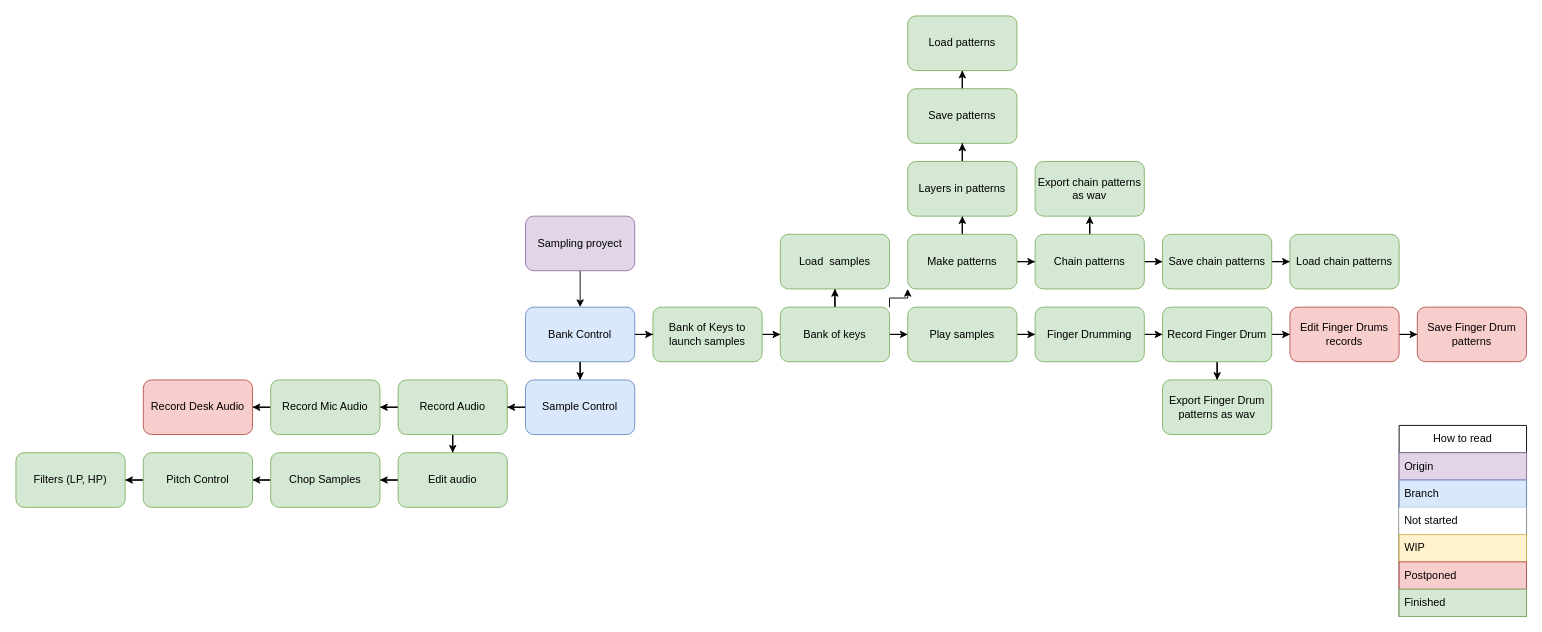
Above: Status Diagram/Sampling proyect diagram.drawio in elcalak/Sampling (draw.io), before the change. Source tidied: cells renumbered, new cells numbered last; positions are measured from the earlier drawing's top-left corner, leaving out a move shared by most shapes. Both pictures are drawn from the tidied source at 91%, with x=0, y=0 at pixel (15, 15).
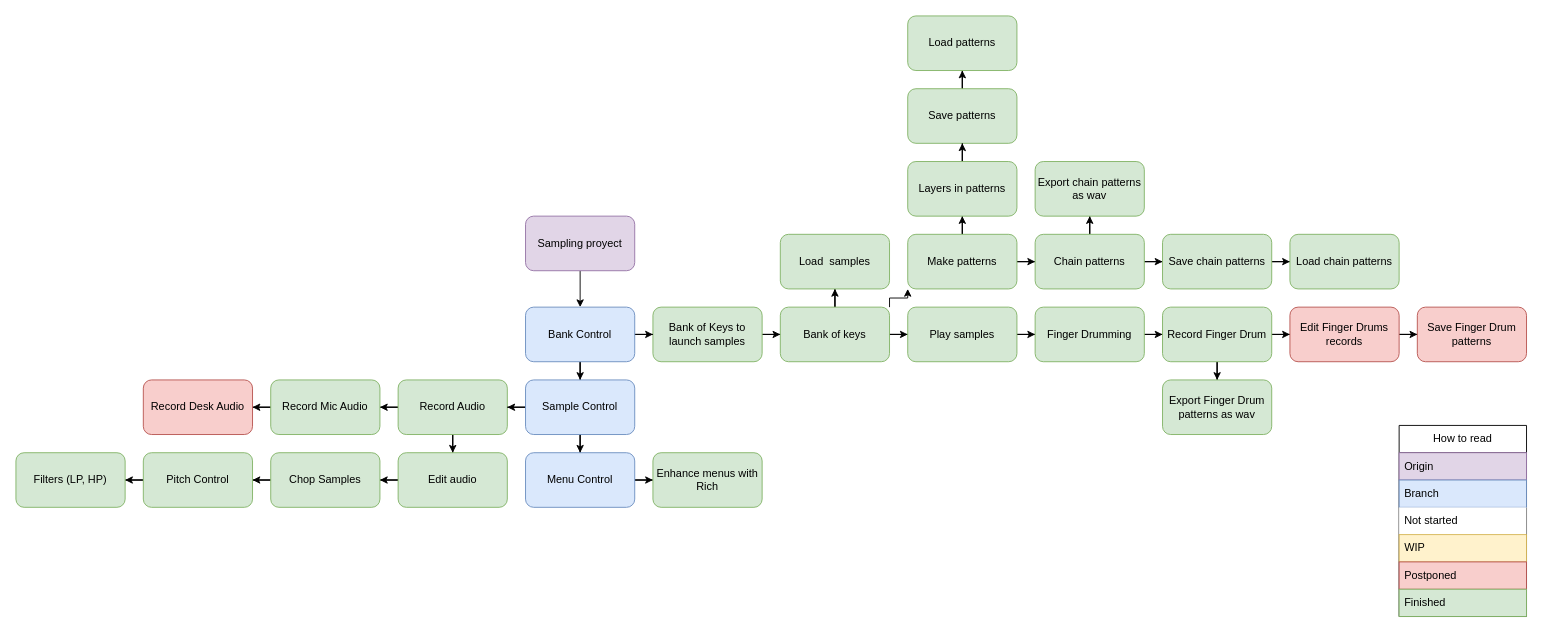
Above is the later version.

Unchanged cells that the change refers to:
```xml
<mxCell id="60" value="Sample Control" style="whiteSpace=wrap;html=1;fillColor=#dae8fc;strokeColor=#6c8ebf;rounded=1;" parent="1" vertex="1">
  <mxGeometry x="560" y="400" width="120" height="60" as="geometry" />
</mxCell>
```

Change to the diagram source:
```diff
@@
+    <mxCell id="62" style="edgeStyle=orthogonalEdgeStyle;rounded=0;jettySize=auto;html=1;" parent="1" edge="1" source="60" target="64">
+      <mxGeometry relative="1" as="geometry" />
+    </mxCell>
@@
+    <mxCell id="63" style="edgeStyle=orthogonalEdgeStyle;rounded=0;jettySize=auto;html=1;" parent="1" edge="1" source="64" target="65">
+      <mxGeometry relative="1" as="geometry" />
+    </mxCell>
+    <mxCell id="64" value="Menu Control" style="whiteSpace=wrap;html=1;fillColor=#dae8fc;strokeColor=#6c8ebf;rounded=1;" parent="1" vertex="1">
+      <mxGeometry x="560" y="480" width="120" height="60" as="geometry" />
+    </mxCell>
+    <mxCell id="65" value="Enhance menus with Rich" style="whiteSpace=wrap;html=1;fillColor=#d5e8d4;strokeColor=#82b366;rounded=1;" parent="1" vertex="1">
+      <mxGeometry x="700" y="480" width="120" height="60" as="geometry" />
+    </mxCell>
```
